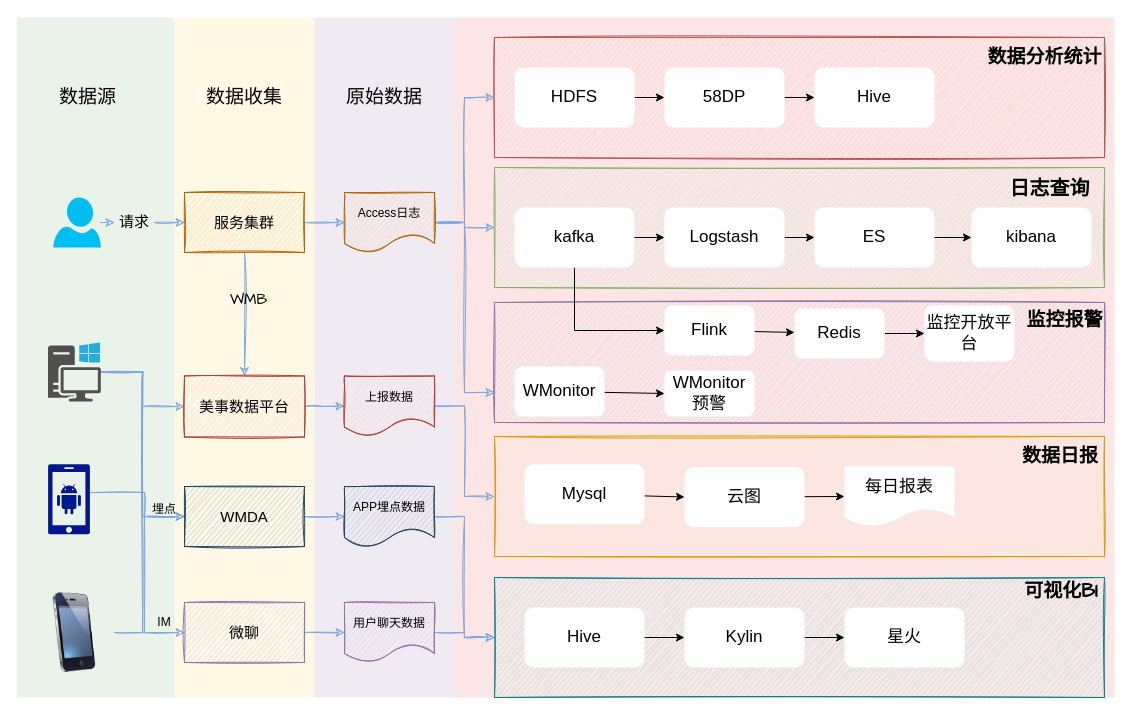
nullbull/uml keeps this draw.io diagram as page "Page-2" (2 of 12) of shuzhi.drawio. Above is the earlier version. Source tidied: cells renumbered, new cells numbered last; positions are measured from the earlier drawing's top-left corner, leaving out a move shared by most shapes. Both pictures are drawn from the tidied source at 100%, with x=0, y=0 at pixel (17, 17).
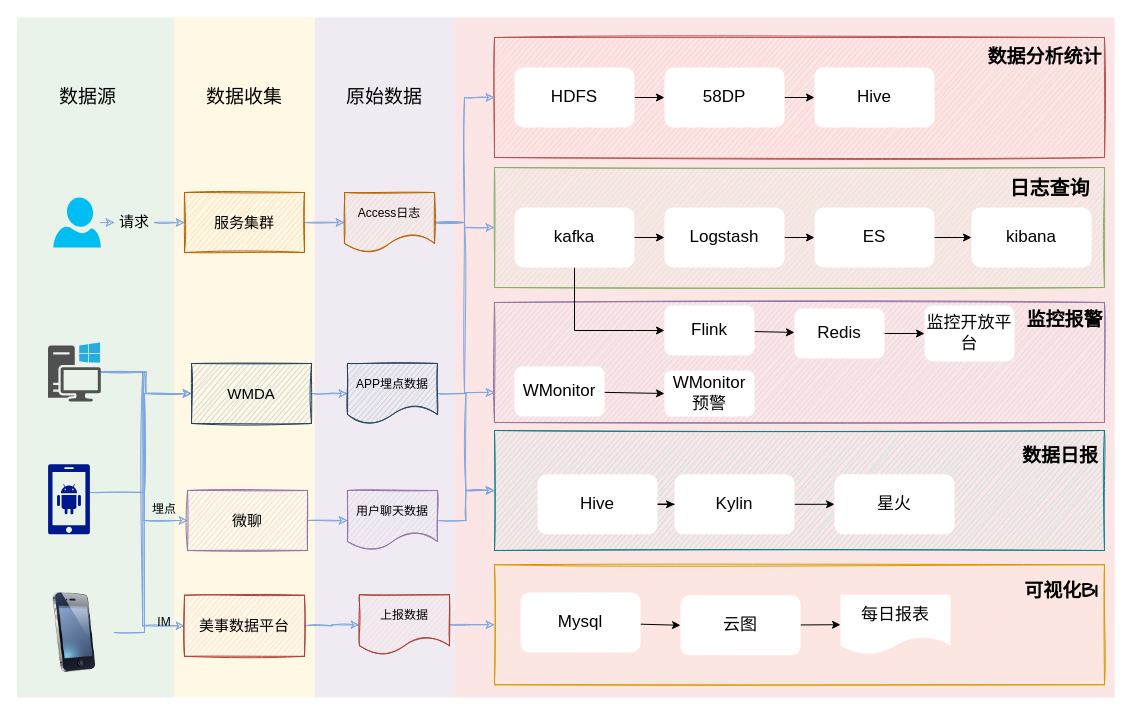
After the change.

The change refers to these unchanged cells:
```xml
<mxCell id="13" value="服务集群" style="rounded=0;whiteSpace=wrap;html=1;sketch=1;shadow=0;fontSize=15;fillColor=#fad7ac;strokeColor=#b46504;" parent="1" vertex="1">
  <mxGeometry x="167" y="175" width="120" height="60" as="geometry" />
</mxCell>
<mxCell id="40" style="shadow=0;dashed=0;html=1;strokeColor=none;labelPosition=center;verticalLabelPosition=bottom;verticalAlign=top;align=center;fillColor=#00188D;shape=mxgraph.mscae.enterprise.android_phone;sketch=0;fontSize=15;" parent="1" vertex="1">
  <mxGeometry x="30.5" y="446.8" width="42" height="70" as="geometry" />
</mxCell>
<mxCell id="42" style="image;html=1;image=img/lib/clip_art/telecommunication/iPhone_128x128.png;sketch=0;strokeColor=#000000;fontSize=15;" parent="1" vertex="1">
  <mxGeometry x="16.9" y="575" width="80" height="80" as="geometry" />
</mxCell>
```

What changed in the source:
```diff
@@
     <mxCell id="6" style="rounded=0;whiteSpace=wrap;html=1;sketch=1;fillColor=#ffe6cc;strokeColor=#d79b00;fontSize=17;" parent="1" vertex="1">
-      <mxGeometry x="477" y="419" width="610" height="120" as="geometry" />
+      <mxGeometry x="477" y="547.2" width="610" height="120" as="geometry" />
     </mxCell>
@@
-    <mxCell id="10" style="edgeStyle=none;rounded=0;jettySize=auto;html=1;fontFamily=Comic Sans MS;fontSize=15;sketch=1;strokeColor=#7EA6E0;" parent="1" edge="1" source="13" target="44">
-      <mxGeometry relative="1" as="geometry" />
-    </mxCell>
-    <mxCell id="11" value="WMB" style="edgeLabel;html=1;align=center;verticalAlign=middle;fontSize=15;fontFamily=Comic Sans MS;labelBackgroundColor=none;" parent="10" vertex="1">
-      <mxGeometry x="-0.25" y="3" relative="1" as="geometry" />
-    </mxCell>
@@
     <mxCell id="39" style="edgeStyle=orthogonalEdgeStyle;rounded=0;sketch=1;jettySize=auto;html=1;entryX=0;entryY=0.5;entryDx=0;entryDy=0;strokeColor=#7EA6E0;" parent="1" edge="1" source="40" target="46">
       <mxGeometry relative="1" as="geometry">
         <Array as="points">
           <mxPoint x="127" y="475" />
-          <mxPoint x="127" y="499" />
+          <mxPoint x="127" y="376" />
         </Array>
       </mxGeometry>
     </mxCell>
@@
     <mxCell id="41" style="edgeStyle=orthogonalEdgeStyle;rounded=0;sketch=1;jettySize=auto;html=1;entryX=0;entryY=0.5;entryDx=0;entryDy=0;strokeColor=#7EA6E0;" parent="1" edge="1" source="42" target="46">
       <mxGeometry relative="1" as="geometry">
         <Array as="points">
           <mxPoint x="127" y="615" />
-          <mxPoint x="127" y="499" />
+          <mxPoint x="127" y="376" />
         </Array>
       </mxGeometry>
     </mxCell>
@@
     <mxCell id="44" value="美事数据平台" style="rounded=0;whiteSpace=wrap;html=1;sketch=1;strokeColor=#ae4132;shadow=0;fontSize=15;fillColor=#fad9d5;" parent="1" vertex="1">
-      <mxGeometry x="167" y="358.5" width="120" height="61" as="geometry" />
+      <mxGeometry x="167" y="577.8" width="120" height="61" as="geometry" />
     </mxCell>
@@
     <mxCell id="46" value="WMDA" style="rounded=0;whiteSpace=wrap;html=1;sketch=1;strokeColor=#23445d;shadow=0;fontSize=15;fillColor=#bac8d3;" parent="1" vertex="1">
-      <mxGeometry x="167" y="469" width="120" height="60" as="geometry" />
+      <mxGeometry x="174" y="346" width="120" height="60" as="geometry" />
     </mxCell>
@@
     <mxCell id="48" value="Mysql" style="rounded=1;whiteSpace=wrap;html=1;sketch=0;fontSize=17;strokeColor=none;" parent="1" vertex="1">
-      <mxGeometry x="507" y="446.8" width="120" height="60" as="geometry" />
+      <mxGeometry x="503" y="575" width="120" height="60" as="geometry" />
     </mxCell>
@@
     <mxCell id="50" value="云图" style="rounded=1;whiteSpace=wrap;html=1;sketch=0;fontSize=17;strokeColor=none;" parent="1" vertex="1">
-      <mxGeometry x="667" y="449.5" width="120" height="60" as="geometry" />
+      <mxGeometry x="663" y="577.8" width="120" height="60" as="geometry" />
     </mxCell>
     <mxCell id="51" style="rounded=0;whiteSpace=wrap;html=1;sketch=1;fillColor=#b0e3e6;strokeColor=#0e8088;fontSize=17;" parent="1" vertex="1">
-      <mxGeometry x="477" y="560" width="610" height="120" as="geometry" />
+      <mxGeometry x="477" y="413" width="610" height="120" as="geometry" />
     </mxCell>
-    <mxCell id="52" style="edgeStyle=none;rounded=0;jettySize=auto;html=1;fontSize=17;" parent="1" edge="1" source="53" target="55">
-      <mxGeometry relative="1" as="geometry" />
-    </mxCell>
-    <mxCell id="53" value="Hive" style="rounded=1;whiteSpace=wrap;html=1;sketch=0;fontSize=17;strokeColor=none;" parent="1" vertex="1">
-      <mxGeometry x="507" y="590" width="120" height="60" as="geometry" />
-    </mxCell>
-    <mxCell id="54" style="edgeStyle=none;rounded=0;jettySize=auto;html=1;entryX=0;entryY=0.5;entryDx=0;entryDy=0;fontSize=17;" parent="1" edge="1" source="55" target="56">
-      <mxGeometry relative="1" as="geometry" />
+    <mxCell id="54" style="edgeStyle=none;rounded=0;orthogonalLoop=1;jettySize=auto;html=1;entryX=0;entryY=0.5;entryDx=0;entryDy=0;fontSize=17;" parent="1" edge="1">
+      <mxGeometry relative="1" as="geometry">
+        <mxPoint x="787" y="414" as="sourcePoint" />
+      </mxGeometry>
     </mxCell>
-    <mxCell id="55" value="Kylin" style="rounded=1;whiteSpace=wrap;html=1;sketch=0;fontSize=17;strokeColor=none;" parent="1" vertex="1">
-      <mxGeometry x="667" y="590" width="120" height="60" as="geometry" />
-    </mxCell>
-    <mxCell id="56" value="星火" style="rounded=1;whiteSpace=wrap;html=1;sketch=0;fontSize=17;strokeColor=none;" parent="1" vertex="1">
-      <mxGeometry x="827" y="590" width="120" height="60" as="geometry" />
-    </mxCell>
     <mxCell id="57" value="每日报表" style="shape=document;whiteSpace=wrap;html=1;boundedLbl=1;sketch=0;fontSize=17;strokeColor=none;" parent="1" vertex="1">
-      <mxGeometry x="827" y="449" width="110" height="60" as="geometry" />
+      <mxGeometry x="823" y="577.2" width="110" height="60" as="geometry" />
     </mxCell>
@@
     <mxCell id="67" value="微聊" style="rounded=0;whiteSpace=wrap;html=1;sketch=1;strokeColor=#9673a6;shadow=0;fontSize=15;fillColor=#e1d5e7;" parent="1" vertex="1">
-      <mxGeometry x="167" y="585" width="120" height="60" as="geometry" />
+      <mxGeometry x="170" y="473" width="120" height="60" as="geometry" />
     </mxCell>
@@
     <mxCell id="71" value="APP埋点数据" style="shape=document;whiteSpace=wrap;html=1;boundedLbl=1;sketch=1;fillColor=#BAC8D3;strokeColor=#23445D;" parent="1" vertex="1">
-      <mxGeometry x="327" y="469" width="90" height="60" as="geometry" />
+      <mxGeometry x="330" y="346" width="90" height="60" as="geometry" />
     </mxCell>
@@
     <mxCell id="73" value="用户聊天数据" style="shape=document;whiteSpace=wrap;html=1;boundedLbl=1;sketch=1;fillColor=#E1D5E7;strokeColor=#9673A6;" parent="1" vertex="1">
-      <mxGeometry x="327" y="585" width="90" height="60" as="geometry" />
+      <mxGeometry x="330" y="473" width="90" height="60" as="geometry" />
     </mxCell>
@@
     <mxCell id="75" value="上报数据" style="shape=document;whiteSpace=wrap;html=1;boundedLbl=1;sketch=1;fillColor=#FAD9D5;strokeColor=#AE4132;" parent="1" vertex="1">
-      <mxGeometry x="327" y="358.5" width="90" height="60" as="geometry" />
+      <mxGeometry x="342" y="577.2" width="90" height="60" as="geometry" />
     </mxCell>
@@
+    <mxCell id="52" style="edgeStyle=orthogonalEdgeStyle;rounded=0;jettySize=auto;html=1;" parent="1" edge="1" source="53" target="55">
+      <mxGeometry relative="1" as="geometry" />
+    </mxCell>
+    <mxCell id="53" value="Hive" style="rounded=1;whiteSpace=wrap;html=1;sketch=0;fontSize=17;strokeColor=none;" parent="1" vertex="1">
+      <mxGeometry x="520" y="456.8" width="120" height="60" as="geometry" />
+    </mxCell>
+    <mxCell id="84" style="edgeStyle=orthogonalEdgeStyle;rounded=0;jettySize=auto;html=1;entryX=0;entryY=0.5;entryDx=0;entryDy=0;" parent="1" edge="1" source="55" target="56">
+      <mxGeometry relative="1" as="geometry" />
+    </mxCell>
+    <mxCell id="55" value="Kylin" style="rounded=1;whiteSpace=wrap;html=1;sketch=0;fontSize=17;strokeColor=none;" parent="1" vertex="1">
+      <mxGeometry x="657" y="456.8" width="120" height="60" as="geometry" />
+    </mxCell>
+    <mxCell id="56" value="星火" style="rounded=1;whiteSpace=wrap;html=1;sketch=0;fontSize=17;strokeColor=none;" parent="1" vertex="1">
+      <mxGeometry x="817" y="456.8" width="120" height="60" as="geometry" />
+    </mxCell>
```
